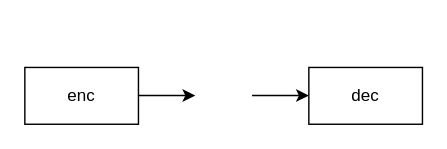
This is i2v.drawio from topriss/drawio, a draw.io file, before an edit. Source tidied: cells renumbered, new cells numbered last; positions are measured from the earlier drawing's top-left corner, leaving out a move shared by most shapes. Both pictures are drawn from the tidied source at 142%, with x=0, y=0 at pixel (24, 67).
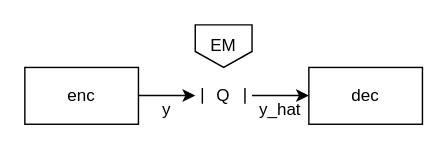
The same diagram, later.

The edit, as a diff of the source:
```diff
@@
 <mxGraphModel>
   <root>
     <mxCell id="0" />
     <mxCell id="1" parent="0" />
     <mxCell id="2" value="enc" style="rounded=0;whiteSpace=wrap;html=1;" parent="1" vertex="1">
       <mxGeometry width="80" height="40" as="geometry" />
     </mxCell>
     <mxCell id="3" value="dec" style="rounded=0;whiteSpace=wrap;html=1;" parent="1" vertex="1">
       <mxGeometry x="200" width="80" height="40" as="geometry" />
     </mxCell>
     <mxCell id="4" style="endArrow=classic;html=1;rounded=0;" parent="1" edge="1">
       <mxGeometry relative="1" as="geometry">
         <mxPoint x="80" y="19.8" as="sourcePoint" />
         <mxPoint x="120" y="19.8" as="targetPoint" />
       </mxGeometry>
     </mxCell>
     <mxCell id="5" style="endArrow=classic;html=1;rounded=0;" parent="1" edge="1">
       <mxGeometry relative="1" as="geometry">
         <mxPoint x="160" y="19.8" as="sourcePoint" />
         <mxPoint x="200" y="19.8" as="targetPoint" />
       </mxGeometry>
     </mxCell>
+    <mxCell id="6" value="y" style="text;html=1;strokeColor=none;fillColor=none;align=center;verticalAlign=middle;whiteSpace=wrap;rounded=0;" parent="1" vertex="1">
+      <mxGeometry x="90" y="20" width="20" height="20" as="geometry" />
+    </mxCell>
+    <mxCell id="7" value="y_hat" style="text;html=1;strokeColor=none;fillColor=none;align=center;verticalAlign=middle;whiteSpace=wrap;rounded=0;" parent="1" vertex="1">
+      <mxGeometry x="170" y="20" width="20" height="20" as="geometry" />
+    </mxCell>
+    <mxCell id="8" value="EM" style="shape=offPageConnector;whiteSpace=wrap;html=1;" parent="1" vertex="1">
+      <mxGeometry x="120" y="-30" width="40" height="30" as="geometry" />
+    </mxCell>
+    <mxCell id="9" value="Q" style="shape=partialRectangle;whiteSpace=wrap;html=1;top=0;bottom=0;fillColor=none;" parent="1" vertex="1">
+      <mxGeometry x="125" y="15" width="30" height="10" as="geometry" />
+    </mxCell>
   </root>
 </mxGraphModel>
```
